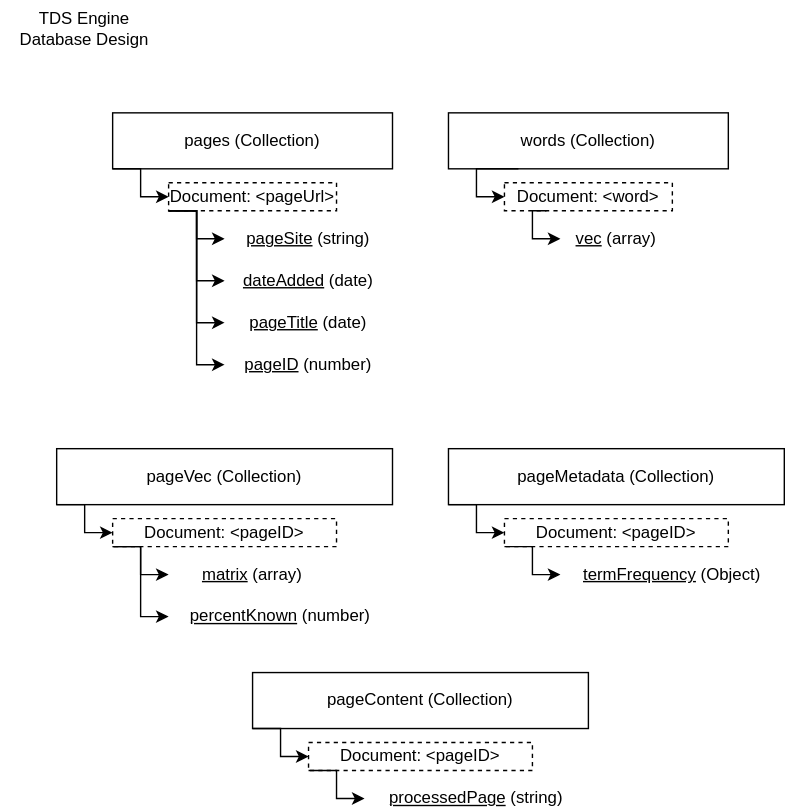
Linux-Tech-Tips/sw_eng keeps this draw.io diagram as database/db_design.svg. Above is the earlier version. Source tidied: cells renumbered, new cells last; positions are measured from the earlier drawing's top-left corner, leaving out a move shared by most shapes.
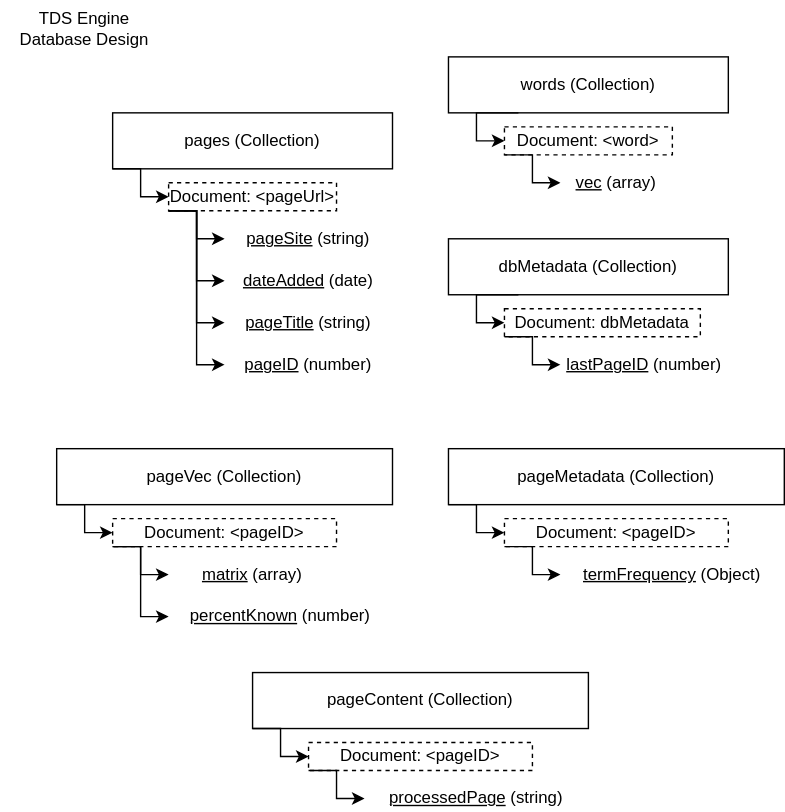
After the commit.

Commit message:
Added lastPageID dbMetadata item to the database to keep track of last added page ID

Diff of the diagram source:
```diff
@@ -7,15 +7,15 @@
     </mxCell>
     <mxCell id="3" style="edgeStyle=orthogonalEdgeStyle;rounded=0;jettySize=auto;html=1;exitX=0.25;exitY=1;exitDx=0;exitDy=0;entryX=0;entryY=0.5;entryDx=0;entryDy=0;" parent="1" edge="1" source="4">
       <mxGeometry relative="1" as="geometry">
-        <mxPoint x="360" y="140" as="targetPoint" />
+        <mxPoint x="360" y="100" as="targetPoint" />
         <Array as="points">
-          <mxPoint x="340" y="120" />
-          <mxPoint x="340" y="140" />
+          <mxPoint x="340" y="80" />
+          <mxPoint x="340" y="100" />
         </Array>
       </mxGeometry>
     </mxCell>
     <mxCell id="4" value="words (Collection)" style="rounded=0;whiteSpace=wrap;html=1;fillColor=none;" parent="1" vertex="1">
-      <mxGeometry x="320" y="80" width="200" height="40" as="geometry" />
+      <mxGeometry x="320" y="40" width="200" height="40" as="geometry" />
     </mxCell>
     <mxCell id="5" style="edgeStyle=orthogonalEdgeStyle;rounded=0;jettySize=auto;html=1;exitX=0;exitY=1;exitDx=0;exitDy=0;entryX=0;entryY=0.5;entryDx=0;entryDy=0;" parent="1" edge="1" source="6" target="14">
       <mxGeometry relative="1" as="geometry">
@@ -29,17 +29,17 @@
       <mxGeometry x="80" y="80" width="200" height="40" as="geometry" />
     </mxCell>
     <mxCell id="7" value="&lt;u&gt;vec&lt;/u&gt; (array)" style="text;html=1;align=center;verticalAlign=middle;whiteSpace=wrap;rounded=0;" parent="1" vertex="1">
-      <mxGeometry x="400" y="160" width="80" height="20" as="geometry" />
+      <mxGeometry x="400" y="120" width="80" height="20" as="geometry" />
     </mxCell>
     <mxCell id="8" value="Document: &amp;lt;word&amp;gt;" style="rounded=0;whiteSpace=wrap;html=1;dashed=1;fillColor=none;" parent="1" vertex="1">
-      <mxGeometry x="360" y="130" width="120" height="20" as="geometry" />
+      <mxGeometry x="360" y="90" width="120" height="20" as="geometry" />
     </mxCell>
-    <mxCell id="9" style="edgeStyle=orthogonalEdgeStyle;rounded=0;jettySize=auto;html=1;exitX=0.25;exitY=1;exitDx=0;exitDy=0;" parent="1" edge="1" source="8">
+    <mxCell id="9" style="edgeStyle=orthogonalEdgeStyle;rounded=0;jettySize=auto;html=1;exitX=0;exitY=1;exitDx=0;exitDy=0;" parent="1" edge="1" source="8">
       <mxGeometry relative="1" as="geometry">
-        <mxPoint x="400" y="170" as="targetPoint" />
+        <mxPoint x="400" y="130" as="targetPoint" />
         <Array as="points">
-          <mxPoint x="380" y="150" />
-          <mxPoint x="380" y="170" />
+          <mxPoint x="380" y="110" />
+          <mxPoint x="380" y="130" />
         </Array>
       </mxGeometry>
     </mxCell>
@@ -148,7 +148,7 @@
     <mxCell id="29" value="&lt;u&gt;termFrequency&lt;/u&gt;&amp;nbsp;(Object)" style="text;html=1;align=center;verticalAlign=middle;whiteSpace=wrap;rounded=0;" parent="1" vertex="1">
       <mxGeometry x="400" y="400" width="160" height="20" as="geometry" />
     </mxCell>
-    <mxCell id="30" value="&lt;u&gt;pageTitle&lt;/u&gt;&amp;nbsp;(date)" style="text;html=1;align=center;verticalAlign=middle;whiteSpace=wrap;rounded=0;" parent="1" vertex="1">
+    <mxCell id="30" value="&lt;u&gt;pageTitle&lt;/u&gt;&amp;nbsp;(string)" style="text;html=1;align=center;verticalAlign=middle;whiteSpace=wrap;rounded=0;" parent="1" vertex="1">
       <mxGeometry x="160" y="220" width="120" height="20" as="geometry" />
     </mxCell>
     <mxCell id="31" style="edgeStyle=orthogonalEdgeStyle;rounded=0;jettySize=auto;html=1;exitX=0;exitY=1;exitDx=0;exitDy=0;entryX=0;entryY=0.5;entryDx=0;entryDy=0;" parent="1" edge="1" source="32" target="34">
@@ -176,5 +176,32 @@
     <mxCell id="35" value="&lt;u&gt;processedPage&lt;/u&gt;&amp;nbsp;(string)" style="text;html=1;align=center;verticalAlign=middle;whiteSpace=wrap;rounded=0;" parent="1" vertex="1">
       <mxGeometry x="260" y="560" width="160" height="20" as="geometry" />
     </mxCell>
+    <mxCell id="36" style="edgeStyle=orthogonalEdgeStyle;rounded=0;jettySize=auto;html=1;exitX=0.25;exitY=1;exitDx=0;exitDy=0;entryX=0;entryY=0.5;entryDx=0;entryDy=0;" parent="1" edge="1" source="37">
+      <mxGeometry relative="1" as="geometry">
+        <mxPoint x="360" y="230" as="targetPoint" />
+        <Array as="points">
+          <mxPoint x="340" y="210" />
+          <mxPoint x="340" y="230" />
+        </Array>
+      </mxGeometry>
+    </mxCell>
+    <mxCell id="37" value="dbMetadata (Collection)" style="rounded=0;whiteSpace=wrap;html=1;fillColor=none;" parent="1" vertex="1">
+      <mxGeometry x="320" y="170" width="200" height="40" as="geometry" />
+    </mxCell>
+    <mxCell id="38" value="&lt;u&gt;lastPageID&lt;/u&gt; (number)" style="text;html=1;align=center;verticalAlign=middle;whiteSpace=wrap;rounded=0;" parent="1" vertex="1">
+      <mxGeometry x="400" y="250" width="120" height="20" as="geometry" />
+    </mxCell>
+    <mxCell id="39" value="Document: dbMetadata" style="rounded=0;whiteSpace=wrap;html=1;dashed=1;fillColor=none;" parent="1" vertex="1">
+      <mxGeometry x="360" y="220" width="140" height="20" as="geometry" />
+    </mxCell>
+    <mxCell id="40" style="edgeStyle=orthogonalEdgeStyle;rounded=0;jettySize=auto;html=1;exitX=0;exitY=1;exitDx=0;exitDy=0;" parent="1" edge="1" source="39">
+      <mxGeometry relative="1" as="geometry">
+        <mxPoint x="400" y="260" as="targetPoint" />
+        <Array as="points">
+          <mxPoint x="380" y="240" />
+          <mxPoint x="380" y="260" />
+        </Array>
+      </mxGeometry>
+    </mxCell>
   </root>
 </mxGraphModel>
```
